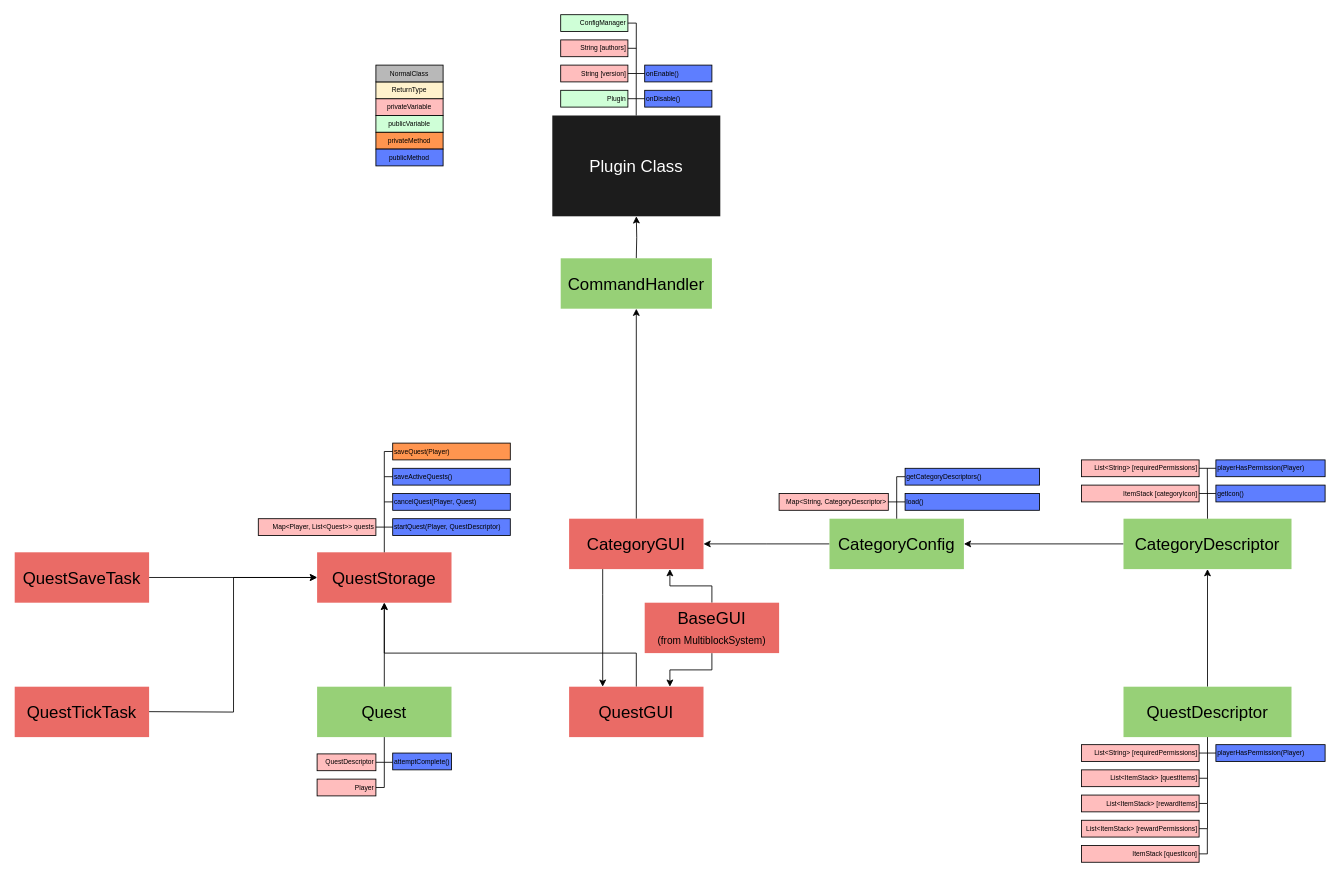
Above: doc/design.drawio in LordIdra/mmq (draw.io), before the change. Source tidied: cells renumbered, new cells numbered last; positions are measured from the earlier drawing's top-left corner, leaving out a move shared by most shapes. Both pictures are drawn from the tidied source at 84%, with x=0, y=0 at pixel (14, 14).
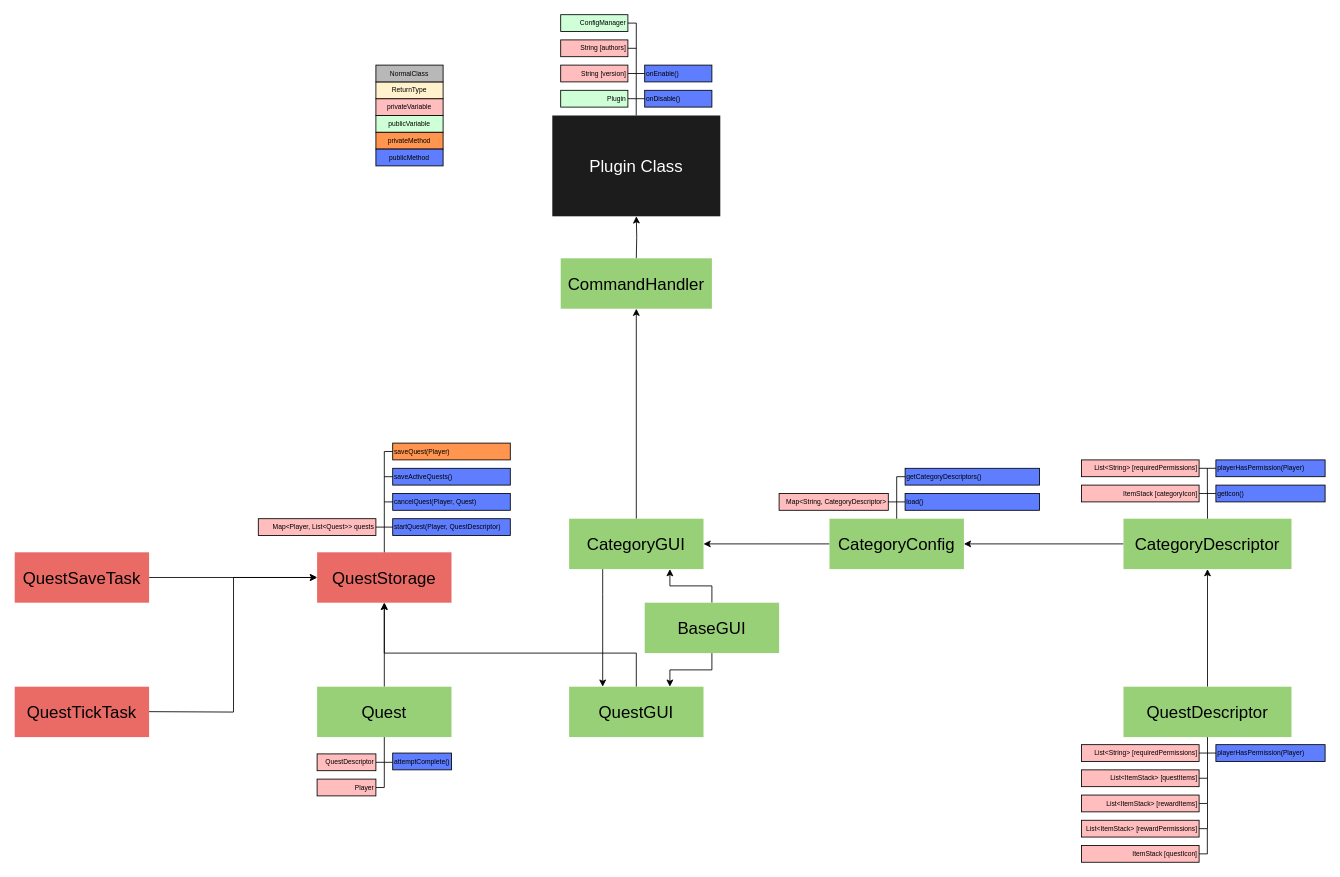
Above is the later version.

Commit message (it also covers changes not shown here):
Added functions for active quests, updated design

The edit, as a diff of the source:
```diff
@@
-    <mxCell id="36" value="QuestGUI" style="rounded=0;whiteSpace=wrap;html=1;strokeColor=none;fontSize=20;fillColor=#EA6B66;" parent="1" vertex="1">
+    <mxCell id="36" value="QuestGUI" style="rounded=0;whiteSpace=wrap;html=1;strokeColor=none;fontSize=20;fillColor=#97D077;" parent="1" vertex="1">
       <mxGeometry x="660" y="800" width="160" height="60" as="geometry" />
     </mxCell>
@@
-    <mxCell id="59" value="BaseGUI&lt;br&gt;&lt;font style=&quot;font-size: 12px&quot;&gt;(from MultiblockSystem)&lt;/font&gt;" style="rounded=0;whiteSpace=wrap;html=1;strokeColor=none;fontSize=20;fillColor=#EA6B66;" parent="1" vertex="1">
+    <mxCell id="59" value="BaseGUI" style="rounded=0;whiteSpace=wrap;html=1;strokeColor=none;fontSize=20;fillColor=#97D077;" parent="1" vertex="1">
       <mxGeometry x="750" y="700" width="160" height="60" as="geometry" />
     </mxCell>
@@
-    <mxCell id="69" value="CategoryGUI" style="rounded=0;whiteSpace=wrap;html=1;strokeColor=none;fontSize=20;fillColor=#EA6B66;" parent="1" vertex="1">
+    <mxCell id="69" value="CategoryGUI" style="rounded=0;whiteSpace=wrap;html=1;strokeColor=none;fontSize=20;fillColor=#97D077;" parent="1" vertex="1">
       <mxGeometry x="660" y="600" width="160" height="60" as="geometry" />
     </mxCell>
```
